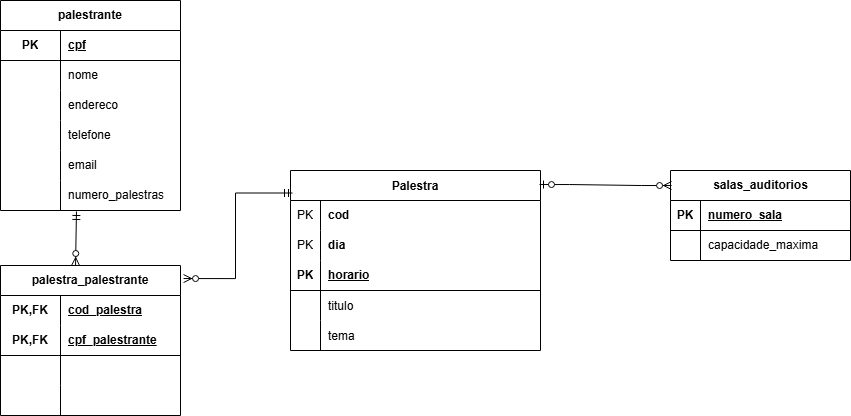
This is eventos.drawio.png from NathanAzvdo/Atividade-Banco-de-dados, a draw.io export, as it was before one commit. Source tidied: cells renumbered, new cells last; positions are measured from the earlier drawing's top-left corner, leaving out a move shared by most shapes.
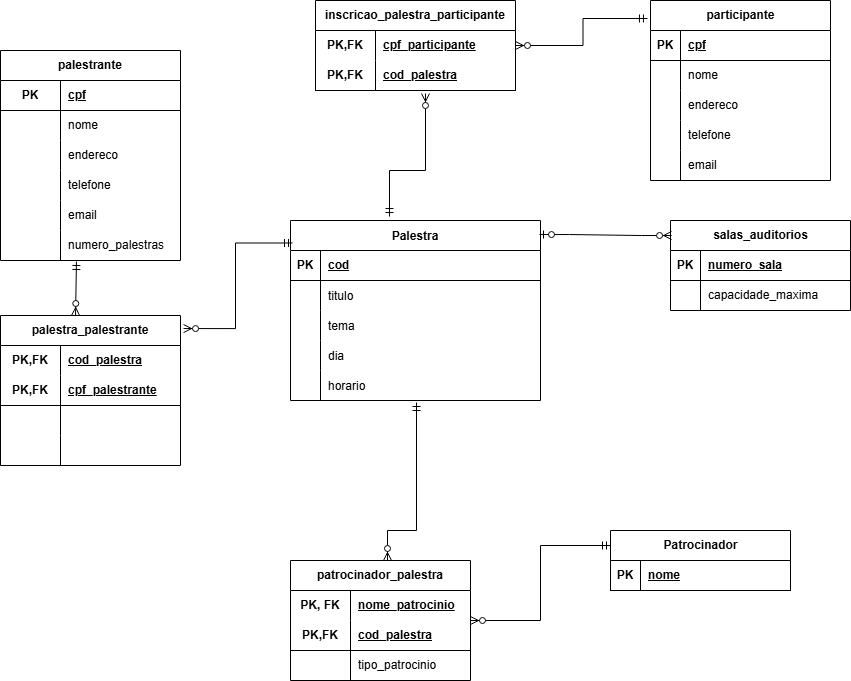
After the commit.

Diff of the diagram source:
```diff
@@ -5,35 +5,17 @@
     <mxCell id="2" value="Palestra" style="shape=table;startSize=30;rowLines=0;fontStyle=1;align=center;" parent="1" vertex="1">
       <mxGeometry x="290" y="170" width="250" height="180" as="geometry" />
     </mxCell>
-    <mxCell id="3" style="shape=tableRow;horizontal=0;startSize=0;swimlaneHead=0;swimlaneBody=0;fillColor=none;top=0;left=0;right=0;bottom=0;" parent="2" vertex="1">
-      <mxGeometry y="30" width="250" height="30" as="geometry" />
-    </mxCell>
-    <mxCell id="4" value="PK" style="shape=partialRectangle;fillColor=none;top=0;left=0;bottom=0;right=0;fontStyle=0;overflow=hidden;whiteSpace=wrap;html=1;" parent="3" vertex="1">
-      <mxGeometry width="30" height="30" as="geometry" />
-    </mxCell>
+    <mxCell id="60" style="shape=tableRow;horizontal=0;startSize=0;swimlaneHead=0;swimlaneBody=0;fillColor=none;top=0;left=0;right=0;bottom=1;" parent="2" vertex="1">
+      <mxGeometry y="30" width="250" height="30" as="geometry" />
+    </mxCell>
+    <mxCell id="61" value="PK" style="shape=partialRectangle;fillColor=none;top=0;left=0;bottom=0;right=0;fontStyle=1;overflow=hidden;whiteSpace=wrap;html=1;" parent="60" vertex="1">
+      <mxGeometry width="30" height="30" as="geometry" />
+    </mxCell>
-    <mxCell id="5" value="cod" style="shape=partialRectangle;fillColor=none;top=0;left=0;bottom=0;right=0;align=left;spacingLeft=6;fontStyle=1;overflow=hidden;whiteSpace=wrap;html=1;" parent="3" vertex="1">
+    <mxCell id="5" value="cod" style="shape=partialRectangle;fillColor=none;top=0;left=0;bottom=0;right=0;align=left;spacingLeft=6;fontStyle=5;overflow=hidden;whiteSpace=wrap;html=1;" parent="60" vertex="1">
       <mxGeometry x="30" width="220" height="30" as="geometry" />
     </mxCell>
-    <mxCell id="6" style="shape=tableRow;horizontal=0;startSize=0;swimlaneHead=0;swimlaneBody=0;fillColor=none;top=0;left=0;right=0;bottom=0;" parent="2" vertex="1">
-      <mxGeometry y="60" width="250" height="30" as="geometry" />
-    </mxCell>
-    <mxCell id="7" value="PK" style="shape=partialRectangle;fillColor=none;top=0;left=0;bottom=0;right=0;fontStyle=0;overflow=hidden;whiteSpace=wrap;html=1;" parent="6" vertex="1">
-      <mxGeometry width="30" height="30" as="geometry" />
-    </mxCell>
-    <mxCell id="8" value="dia" style="shape=partialRectangle;fillColor=none;top=0;left=0;bottom=0;right=0;align=left;spacingLeft=6;fontStyle=1;overflow=hidden;whiteSpace=wrap;html=1;" parent="6" vertex="1">
-      <mxGeometry x="30" width="220" height="30" as="geometry" />
-    </mxCell>
-    <mxCell id="9" style="shape=tableRow;horizontal=0;startSize=0;swimlaneHead=0;swimlaneBody=0;fillColor=none;top=0;left=0;right=0;bottom=1;" parent="2" vertex="1">
-      <mxGeometry y="90" width="250" height="30" as="geometry" />
-    </mxCell>
-    <mxCell id="10" value="PK" style="shape=partialRectangle;fillColor=none;top=0;left=0;bottom=0;right=0;fontStyle=1;overflow=hidden;whiteSpace=wrap;html=1;" parent="9" vertex="1">
-      <mxGeometry width="30" height="30" as="geometry" />
-    </mxCell>
-    <mxCell id="11" value="horario" style="shape=partialRectangle;fillColor=none;top=0;left=0;bottom=0;right=0;align=left;spacingLeft=6;fontStyle=5;overflow=hidden;whiteSpace=wrap;html=1;" parent="9" vertex="1">
-      <mxGeometry x="30" width="220" height="30" as="geometry" />
-    </mxCell>
     <mxCell id="12" style="shape=partialRectangle;fillColor=none;top=0;left=0;right=0;bottom=0;" parent="2" vertex="1">
-      <mxGeometry y="120" width="250" height="30" as="geometry" />
+      <mxGeometry y="60" width="250" height="30" as="geometry" />
     </mxCell>
     <mxCell id="13" style="shape=partialRectangle;overflow=hidden;fillColor=none;top=0;left=0;bottom=0;right=0;" parent="12" vertex="1">
       <mxGeometry width="30" height="30" as="geometry" />
@@ -42,7 +24,7 @@
       <mxGeometry x="30" width="220" height="30" as="geometry" />
     </mxCell>
     <mxCell id="15" style="shape=partialRectangle;fillColor=none;top=0;left=0;right=0;bottom=0;" parent="2" vertex="1">
-      <mxGeometry y="150" width="250" height="30" as="geometry" />
+      <mxGeometry y="90" width="250" height="30" as="geometry" />
     </mxCell>
     <mxCell id="16" style="shape=partialRectangle;overflow=hidden;fillColor=none;top=0;left=0;bottom=0;right=0;" parent="15" vertex="1">
       <mxGeometry width="30" height="30" as="geometry" />
@@ -50,6 +32,24 @@
     <mxCell id="17" value="tema" style="shape=partialRectangle;overflow=hidden;fillColor=none;top=0;left=0;bottom=0;right=0;align=left;spacingLeft=6;" parent="15" vertex="1">
       <mxGeometry x="30" width="220" height="30" as="geometry" />
     </mxCell>
+    <mxCell id="62" style="shape=partialRectangle;fillColor=none;top=0;left=0;right=0;bottom=0;" parent="2" vertex="1">
+      <mxGeometry y="120" width="250" height="30" as="geometry" />
+    </mxCell>
+    <mxCell id="63" style="shape=partialRectangle;overflow=hidden;fillColor=none;top=0;left=0;bottom=0;right=0;" parent="62" vertex="1">
+      <mxGeometry width="30" height="30" as="geometry" />
+    </mxCell>
+    <mxCell id="8" value="dia" style="shape=partialRectangle;overflow=hidden;fillColor=none;top=0;left=0;bottom=0;right=0;align=left;spacingLeft=6;" parent="62" vertex="1">
+      <mxGeometry x="30" width="220" height="30" as="geometry" />
+    </mxCell>
+    <mxCell id="64" style="shape=partialRectangle;fillColor=none;points=[[0,0.5],[1,0.5]];portConstraint=eastwest;top=0;left=0;right=0;bottom=0;" parent="2" vertex="1">
+      <mxGeometry y="150" width="250" height="30" as="geometry" />
+    </mxCell>
+    <mxCell id="65" style="shape=partialRectangle;overflow=hidden;fillColor=none;top=0;left=0;bottom=0;right=0;" parent="64" vertex="1">
+      <mxGeometry width="30" height="30" as="geometry" />
+    </mxCell>
+    <mxCell id="11" value="horario" style="shape=partialRectangle;overflow=hidden;fillColor=none;top=0;left=0;bottom=0;right=0;align=left;spacingLeft=6;" parent="64" vertex="1">
+      <mxGeometry x="30" width="220" height="30" as="geometry" />
+    </mxCell>
     <mxCell id="18" value="salas_auditorios" style="shape=table;startSize=30;rowLines=0;fontStyle=1;align=center;html=1;" parent="1" vertex="1">
       <mxGeometry x="670" y="170" width="180" height="90" as="geometry" />
     </mxCell>
@@ -176,5 +176,137 @@
     <mxCell id="59" style="edgeStyle=entityRelationEdgeStyle;fontSize=12;html=1;endArrow=ERzeroToMany;startArrow=ERzeroToOne;rounded=0;exitX=0.996;exitY=0.078;exitDx=0;exitDy=0;exitPerimeter=0;entryX=0.006;entryY=0.167;entryDx=0;entryDy=0;entryPerimeter=0;" parent="1" edge="1" source="2" target="18">
       <mxGeometry relative="1" as="geometry" />
     </mxCell>
+    <mxCell id="66" value="participante" style="shape=table;startSize=30;rowLines=0;fontStyle=1;align=center;html=1;" parent="1" vertex="1">
+      <mxGeometry x="650" y="-50" width="180" height="180" as="geometry" />
+    </mxCell>
+    <mxCell id="67" style="shape=tableRow;horizontal=0;startSize=0;swimlaneHead=0;swimlaneBody=0;fillColor=none;top=0;left=0;right=0;bottom=1;" parent="66" vertex="1">
+      <mxGeometry y="30" width="180" height="30" as="geometry" />
+    </mxCell>
+    <mxCell id="68" value="PK" style="shape=partialRectangle;fillColor=none;top=0;left=0;bottom=0;right=0;fontStyle=1;overflow=hidden;whiteSpace=wrap;html=1;" parent="67" vertex="1">
+      <mxGeometry width="30" height="30" as="geometry" />
+    </mxCell>
+    <mxCell id="69" value="cpf" style="shape=partialRectangle;fillColor=none;top=0;left=0;bottom=0;right=0;align=left;spacingLeft=6;fontStyle=5;overflow=hidden;whiteSpace=wrap;html=1;" parent="67" vertex="1">
+      <mxGeometry x="30" width="150" height="30" as="geometry" />
+    </mxCell>
+    <mxCell id="70" style="shape=tableRow;horizontal=0;startSize=0;swimlaneHead=0;swimlaneBody=0;fillColor=none;top=0;left=0;right=0;bottom=0;" parent="66" vertex="1">
+      <mxGeometry y="60" width="180" height="30" as="geometry" />
+    </mxCell>
+    <mxCell id="71" style="shape=partialRectangle;fillColor=none;top=0;left=0;bottom=0;right=0;overflow=hidden;whiteSpace=wrap;html=1;" parent="70" vertex="1">
+      <mxGeometry width="30" height="30" as="geometry" />
+    </mxCell>
+    <mxCell id="72" value="nome" style="shape=partialRectangle;fillColor=none;top=0;left=0;bottom=0;right=0;align=left;spacingLeft=6;overflow=hidden;whiteSpace=wrap;html=1;" parent="70" vertex="1">
+      <mxGeometry x="30" width="150" height="30" as="geometry" />
+    </mxCell>
+    <mxCell id="73" style="shape=tableRow;horizontal=0;startSize=0;swimlaneHead=0;swimlaneBody=0;fillColor=none;top=0;left=0;right=0;bottom=0;" parent="66" vertex="1">
+      <mxGeometry y="90" width="180" height="30" as="geometry" />
+    </mxCell>
+    <mxCell id="74" style="shape=partialRectangle;fillColor=none;top=0;left=0;bottom=0;right=0;overflow=hidden;whiteSpace=wrap;html=1;" parent="73" vertex="1">
+      <mxGeometry width="30" height="30" as="geometry" />
+    </mxCell>
+    <mxCell id="75" value="endereco" style="shape=partialRectangle;fillColor=none;top=0;left=0;bottom=0;right=0;align=left;spacingLeft=6;overflow=hidden;whiteSpace=wrap;html=1;" parent="73" vertex="1">
+      <mxGeometry x="30" width="150" height="30" as="geometry" />
+    </mxCell>
+    <mxCell id="76" style="shape=tableRow;horizontal=0;startSize=0;swimlaneHead=0;swimlaneBody=0;fillColor=none;top=0;left=0;right=0;bottom=0;" parent="66" vertex="1">
+      <mxGeometry y="120" width="180" height="30" as="geometry" />
+    </mxCell>
+    <mxCell id="77" style="shape=partialRectangle;fillColor=none;top=0;left=0;bottom=0;right=0;overflow=hidden;whiteSpace=wrap;html=1;" parent="76" vertex="1">
+      <mxGeometry width="30" height="30" as="geometry" />
+    </mxCell>
+    <mxCell id="78" value="telefone" style="shape=partialRectangle;fillColor=none;top=0;left=0;bottom=0;right=0;align=left;spacingLeft=6;overflow=hidden;whiteSpace=wrap;html=1;" parent="76" vertex="1">
+      <mxGeometry x="30" width="150" height="30" as="geometry" />
+    </mxCell>
+    <mxCell id="79" style="shape=tableRow;horizontal=0;startSize=0;swimlaneHead=0;swimlaneBody=0;fillColor=none;top=0;left=0;right=0;bottom=0;" parent="66" vertex="1">
+      <mxGeometry y="150" width="180" height="30" as="geometry" />
+    </mxCell>
+    <mxCell id="80" style="shape=partialRectangle;fillColor=none;top=0;left=0;bottom=0;right=0;overflow=hidden;whiteSpace=wrap;html=1;" parent="79" vertex="1">
+      <mxGeometry width="30" height="30" as="geometry" />
+    </mxCell>
+    <mxCell id="81" value="email" style="shape=partialRectangle;fillColor=none;top=0;left=0;bottom=0;right=0;align=left;spacingLeft=6;overflow=hidden;whiteSpace=wrap;html=1;" parent="79" vertex="1">
+      <mxGeometry x="30" width="150" height="30" as="geometry" />
+    </mxCell>
+    <mxCell id="82" value="inscricao_palestra_participante" style="shape=table;startSize=30;rowLines=0;fontStyle=1;align=center;html=1;whiteSpace=wrap;" parent="1" vertex="1">
+      <mxGeometry x="315" y="-50" width="200" height="90" as="geometry" />
+    </mxCell>
+    <mxCell id="83" style="shape=tableRow;horizontal=0;startSize=0;swimlaneHead=0;swimlaneBody=0;fillColor=none;top=0;left=0;right=0;bottom=0;html=1;" parent="82" vertex="1">
+      <mxGeometry y="30" width="200" height="30" as="geometry" />
+    </mxCell>
+    <mxCell id="84" value="PK,FK" style="shape=partialRectangle;fillColor=none;top=0;left=0;bottom=0;right=0;fontStyle=1;overflow=hidden;html=1;whiteSpace=wrap;" parent="83" vertex="1">
+      <mxGeometry width="60" height="30" as="geometry" />
+    </mxCell>
+    <mxCell id="85" value="cpf_participante" style="shape=partialRectangle;fillColor=none;top=0;left=0;bottom=0;right=0;align=left;spacingLeft=6;fontStyle=5;overflow=hidden;html=1;whiteSpace=wrap;" parent="83" vertex="1">
+      <mxGeometry x="60" width="140" height="30" as="geometry" />
+    </mxCell>
+    <mxCell id="86" style="shape=tableRow;horizontal=0;startSize=0;swimlaneHead=0;swimlaneBody=0;fillColor=none;points=[[0,0.5],[1,0.5]];portConstraint=eastwest;top=0;left=0;right=0;bottom=1;html=1;" parent="82" vertex="1">
+      <mxGeometry y="60" width="200" height="30" as="geometry" />
+    </mxCell>
+    <mxCell id="87" value="PK,FK" style="shape=partialRectangle;fillColor=none;top=0;left=0;bottom=0;right=0;fontStyle=1;overflow=hidden;html=1;whiteSpace=wrap;" parent="86" vertex="1">
+      <mxGeometry width="60" height="30" as="geometry" />
+    </mxCell>
+    <mxCell id="88" value="cod_palestra" style="shape=partialRectangle;fillColor=none;top=0;left=0;bottom=0;right=0;align=left;spacingLeft=6;fontStyle=5;overflow=hidden;html=1;whiteSpace=wrap;" parent="86" vertex="1">
+      <mxGeometry x="60" width="140" height="30" as="geometry" />
+    </mxCell>
+    <mxCell id="89" style="fontSize=12;html=1;endArrow=ERzeroToMany;startArrow=ERmandOne;rounded=0;exitX=-0.017;exitY=0.1;exitDx=0;exitDy=0;exitPerimeter=0;edgeStyle=orthogonalEdgeStyle;" parent="1" edge="1" source="66" target="82">
+      <mxGeometry relative="1" as="geometry" />
+    </mxCell>
+    <mxCell id="90" style="fontSize=12;html=1;endArrow=ERzeroToMany;startArrow=ERmandOne;rounded=0;exitX=0.396;exitY=-0.022;exitDx=0;exitDy=0;exitPerimeter=0;edgeStyle=orthogonalEdgeStyle;entryX=0.55;entryY=1.1;entryDx=0;entryDy=0;entryPerimeter=0;" parent="1" edge="1" source="2" target="86">
+      <mxGeometry relative="1" as="geometry">
+        <Array as="points">
+          <mxPoint x="389" y="120" />
+          <mxPoint x="425" y="120" />
+        </Array>
+      </mxGeometry>
+    </mxCell>
+    <mxCell id="91" value="Patrocinador" style="shape=table;startSize=30;rowLines=0;fontStyle=1;align=center;html=1;" parent="1" vertex="1">
+      <mxGeometry x="610" y="480" width="180" height="60" as="geometry" />
+    </mxCell>
+    <mxCell id="92" style="shape=tableRow;horizontal=0;startSize=0;swimlaneHead=0;swimlaneBody=0;fillColor=none;top=0;left=0;right=0;bottom=1;" parent="91" vertex="1">
+      <mxGeometry y="30" width="180" height="30" as="geometry" />
+    </mxCell>
+    <mxCell id="93" value="PK" style="shape=partialRectangle;fillColor=none;top=0;left=0;bottom=0;right=0;fontStyle=1;overflow=hidden;whiteSpace=wrap;html=1;" parent="92" vertex="1">
+      <mxGeometry width="30" height="30" as="geometry" />
+    </mxCell>
+    <mxCell id="94" value="nome" style="shape=partialRectangle;fillColor=none;top=0;left=0;bottom=0;right=0;align=left;spacingLeft=6;fontStyle=5;overflow=hidden;whiteSpace=wrap;html=1;" parent="92" vertex="1">
+      <mxGeometry x="30" width="150" height="30" as="geometry" />
+    </mxCell>
+    <mxCell id="95" value="patrocinador_palestra" style="shape=table;startSize=30;rowLines=0;fontStyle=1;align=center;html=1;whiteSpace=wrap;" parent="1" vertex="1">
+      <mxGeometry x="290" y="510" width="180" height="120" as="geometry" />
+    </mxCell>
+    <mxCell id="96" style="shape=tableRow;horizontal=0;startSize=0;swimlaneHead=0;swimlaneBody=0;fillColor=none;top=0;left=0;right=0;bottom=0;html=1;" parent="95" vertex="1">
+      <mxGeometry y="30" width="180" height="30" as="geometry" />
+    </mxCell>
+    <mxCell id="97" value="PK, FK" style="shape=partialRectangle;fillColor=none;top=0;left=0;bottom=0;right=0;fontStyle=1;overflow=hidden;html=1;whiteSpace=wrap;" parent="96" vertex="1">
+      <mxGeometry width="60" height="30" as="geometry" />
+    </mxCell>
+    <mxCell id="98" value="nome_patrocinio" style="shape=partialRectangle;fillColor=none;top=0;left=0;bottom=0;right=0;align=left;spacingLeft=6;fontStyle=5;overflow=hidden;html=1;whiteSpace=wrap;" parent="96" vertex="1">
+      <mxGeometry x="60" width="120" height="30" as="geometry" />
+    </mxCell>
+    <mxCell id="99" style="shape=tableRow;horizontal=0;startSize=0;swimlaneHead=0;swimlaneBody=0;fillColor=none;top=0;left=0;right=0;bottom=1;html=1;" parent="95" vertex="1">
+      <mxGeometry y="60" width="180" height="30" as="geometry" />
+    </mxCell>
+    <mxCell id="100" value="PK,FK" style="shape=partialRectangle;fillColor=none;top=0;left=0;bottom=0;right=0;fontStyle=1;overflow=hidden;html=1;whiteSpace=wrap;" parent="99" vertex="1">
+      <mxGeometry width="60" height="30" as="geometry" />
+    </mxCell>
+    <mxCell id="101" value="cod_palestra" style="shape=partialRectangle;fillColor=none;top=0;left=0;bottom=0;right=0;align=left;spacingLeft=6;fontStyle=5;overflow=hidden;html=1;whiteSpace=wrap;" parent="99" vertex="1">
+      <mxGeometry x="60" width="120" height="30" as="geometry" />
+    </mxCell>
+    <mxCell id="102" style="shape=tableRow;horizontal=0;startSize=0;swimlaneHead=0;swimlaneBody=0;fillColor=none;top=0;left=0;right=0;bottom=0;html=1;" parent="95" vertex="1">
+      <mxGeometry y="90" width="180" height="30" as="geometry" />
+    </mxCell>
+    <mxCell id="103" style="shape=partialRectangle;fillColor=none;top=0;left=0;bottom=0;right=0;overflow=hidden;html=1;whiteSpace=wrap;" parent="102" vertex="1">
+      <mxGeometry width="60" height="30" as="geometry" />
+    </mxCell>
+    <mxCell id="104" value="tipo_patrocinio" style="shape=partialRectangle;fillColor=none;top=0;left=0;bottom=0;right=0;align=left;spacingLeft=6;overflow=hidden;html=1;whiteSpace=wrap;" parent="102" vertex="1">
+      <mxGeometry x="60" width="120" height="30" as="geometry" />
+    </mxCell>
+    <mxCell id="105" style="fontSize=12;html=1;endArrow=ERzeroToMany;startArrow=ERmandOne;rounded=0;exitX=0.504;exitY=1.067;exitDx=0;exitDy=0;exitPerimeter=0;entryX=0.539;entryY=0;entryDx=0;entryDy=0;entryPerimeter=0;edgeStyle=orthogonalEdgeStyle;" parent="1" edge="1" source="64" target="95">
+      <mxGeometry relative="1" as="geometry">
+        <Array as="points">
+          <mxPoint x="416" y="480" />
+        </Array>
+      </mxGeometry>
+    </mxCell>
+    <mxCell id="106" style="fontSize=12;html=1;endArrow=ERzeroToMany;startArrow=ERmandOne;rounded=0;exitX=0;exitY=0.25;exitDx=0;exitDy=0;edgeStyle=orthogonalEdgeStyle;" parent="1" edge="1" source="91" target="95">
+      <mxGeometry relative="1" as="geometry" />
+    </mxCell>
   </root>
 </mxGraphModel>
```
